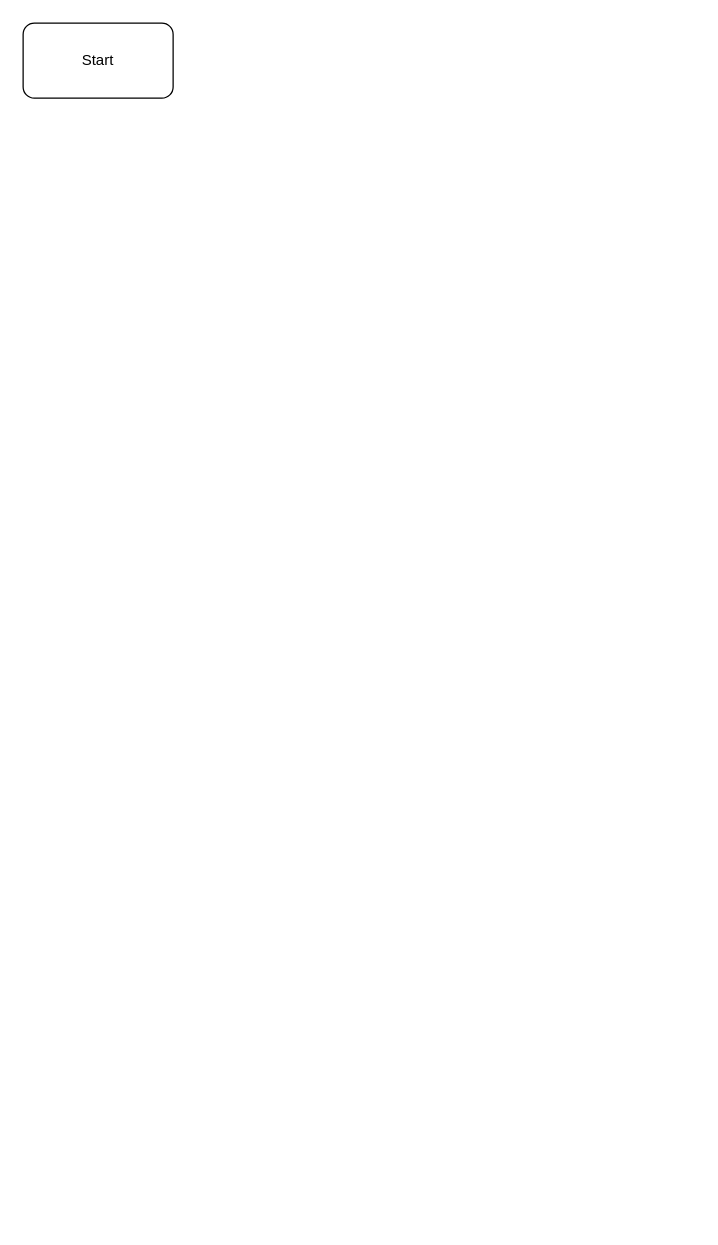
This is Untitled Diagram.drawio from BramUt/Filterding, a draw.io file, before an edit. Source tidied: cells renumbered, new cells numbered last; positions are measured from the earlier drawing's top-left corner, leaving out a move shared by most shapes. Both pictures are drawn from the tidied source at 125%, with x=0, y=0 at pixel (22, 22).
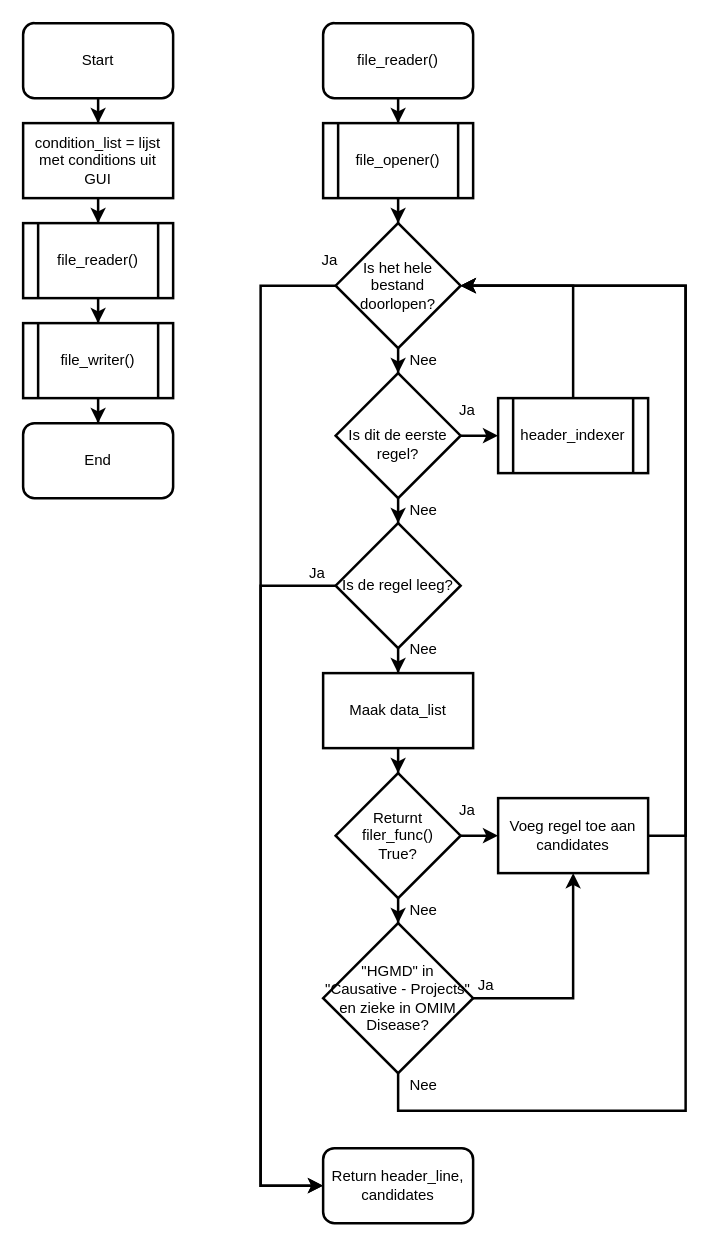
After the change.

The edit, as a diff of the source:
```diff
@@
+    <mxCell id="3" style="edgeStyle=orthogonalEdgeStyle;rounded=0;jettySize=auto;html=1;strokeWidth=2;" parent="1" edge="1" source="2" target="5">
+      <mxGeometry relative="1" as="geometry" />
+    </mxCell>
-    <mxCell id="2" value="Start" style="rounded=1;whiteSpace=wrap;html=1;" parent="1" vertex="1">
+    <mxCell id="2" value="Start" style="rounded=1;whiteSpace=wrap;html=1;strokeWidth=2;" parent="1" vertex="1">
       <mxGeometry width="120" height="60" as="geometry" />
     </mxCell>
+    <mxCell id="4" style="edgeStyle=orthogonalEdgeStyle;rounded=0;jettySize=auto;html=1;strokeWidth=2;" parent="1" edge="1" source="5" target="7">
+      <mxGeometry relative="1" as="geometry" />
+    </mxCell>
+    <mxCell id="5" value="condition_list = lijst met conditions uit GUI" style="rounded=0;whiteSpace=wrap;html=1;strokeWidth=2;" parent="1" vertex="1">
+      <mxGeometry y="80" width="120" height="60" as="geometry" />
+    </mxCell>
+    <mxCell id="6" style="edgeStyle=orthogonalEdgeStyle;rounded=0;jettySize=auto;html=1;entryX=0.5;entryY=0;entryDx=0;entryDy=0;strokeWidth=2;" parent="1" edge="1" source="7" target="9">
+      <mxGeometry relative="1" as="geometry" />
+    </mxCell>
+    <mxCell id="7" value="file_reader()" style="shape=process;whiteSpace=wrap;html=1;backgroundOutline=1;strokeWidth=2;" parent="1" vertex="1">
+      <mxGeometry y="160" width="120" height="60" as="geometry" />
+    </mxCell>
+    <mxCell id="8" style="edgeStyle=orthogonalEdgeStyle;rounded=0;jettySize=auto;html=1;strokeWidth=2;" parent="1" edge="1" source="9" target="10">
+      <mxGeometry relative="1" as="geometry" />
+    </mxCell>
+    <mxCell id="9" value="file_writer()" style="shape=process;whiteSpace=wrap;html=1;backgroundOutline=1;strokeWidth=2;" parent="1" vertex="1">
+      <mxGeometry y="240" width="120" height="60" as="geometry" />
+    </mxCell>
+    <mxCell id="10" value="End" style="rounded=1;whiteSpace=wrap;html=1;strokeWidth=2;" parent="1" vertex="1">
+      <mxGeometry y="320" width="120" height="60" as="geometry" />
+    </mxCell>
+    <mxCell id="11" style="edgeStyle=orthogonalEdgeStyle;rounded=0;jettySize=auto;html=1;strokeWidth=2;" parent="1" edge="1" source="12" target="14">
+      <mxGeometry relative="1" as="geometry" />
+    </mxCell>
+    <mxCell id="12" value="file_reader()" style="rounded=1;whiteSpace=wrap;html=1;strokeWidth=2;" parent="1" vertex="1">
+      <mxGeometry x="240" width="120" height="60" as="geometry" />
+    </mxCell>
+    <mxCell id="13" style="edgeStyle=orthogonalEdgeStyle;rounded=0;jettySize=auto;html=1;strokeWidth=2;" parent="1" edge="1" source="14" target="17">
+      <mxGeometry relative="1" as="geometry" />
+    </mxCell>
+    <mxCell id="14" value="file_opener()" style="shape=process;whiteSpace=wrap;html=1;backgroundOutline=1;strokeWidth=2;" parent="1" vertex="1">
+      <mxGeometry x="240" y="80" width="120" height="60" as="geometry" />
+    </mxCell>
+    <mxCell id="15" style="edgeStyle=orthogonalEdgeStyle;rounded=0;jettySize=auto;html=1;entryX=0.5;entryY=0;entryDx=0;entryDy=0;strokeWidth=2;" parent="1" edge="1" source="17" target="28">
+      <mxGeometry relative="1" as="geometry" />
+    </mxCell>
+    <mxCell id="16" style="edgeStyle=orthogonalEdgeStyle;rounded=0;jettySize=auto;html=1;entryX=0;entryY=0.5;entryDx=0;entryDy=0;strokeWidth=2;" parent="1" edge="1" source="17" target="29">
+      <mxGeometry relative="1" as="geometry">
+        <Array as="points">
+          <mxPoint x="190" y="210" />
+          <mxPoint x="190" y="930" />
+        </Array>
+      </mxGeometry>
+    </mxCell>
+    <mxCell id="17" value="Is het hele bestand doorlopen?" style="rhombus;whiteSpace=wrap;html=1;strokeWidth=2;" parent="1" vertex="1">
+      <mxGeometry x="250" y="160" width="100" height="100" as="geometry" />
+    </mxCell>
+    <mxCell id="18" style="edgeStyle=orthogonalEdgeStyle;rounded=0;jettySize=auto;html=1;entryX=0;entryY=0.5;entryDx=0;entryDy=0;strokeWidth=2;" parent="1" edge="1" source="20" target="29">
+      <mxGeometry relative="1" as="geometry">
+        <Array as="points">
+          <mxPoint x="190" y="450" />
+          <mxPoint x="190" y="930" />
+        </Array>
+      </mxGeometry>
+    </mxCell>
+    <mxCell id="19" style="edgeStyle=orthogonalEdgeStyle;rounded=0;jettySize=auto;html=1;strokeWidth=2;" parent="1" edge="1" source="20" target="31">
+      <mxGeometry relative="1" as="geometry" />
+    </mxCell>
+    <mxCell id="20" value="Is de regel leeg?" style="rhombus;whiteSpace=wrap;html=1;strokeWidth=2;" parent="1" vertex="1">
+      <mxGeometry x="250" y="400" width="100" height="100" as="geometry" />
+    </mxCell>
+    <mxCell id="21" value="Nee" style="text;html=1;align=center;verticalAlign=middle;strokeWidth=2;" parent="1" vertex="1">
+      <mxGeometry x="300" y="260" width="40" height="20" as="geometry" />
+    </mxCell>
+    <mxCell id="22" style="edgeStyle=orthogonalEdgeStyle;rounded=0;jettySize=auto;html=1;entryX=1;entryY=0.5;entryDx=0;entryDy=0;strokeWidth=2;" parent="1" edge="1" source="23" target="17">
+      <mxGeometry relative="1" as="geometry">
+        <Array as="points">
+          <mxPoint x="440" y="210" />
+        </Array>
+      </mxGeometry>
+    </mxCell>
+    <mxCell id="23" value="header_indexer" style="shape=process;whiteSpace=wrap;html=1;backgroundOutline=1;strokeWidth=2;" parent="1" vertex="1">
+      <mxGeometry x="380" y="300" width="120" height="60" as="geometry" />
+    </mxCell>
+    <mxCell id="24" value="Ja" style="text;html=1;align=center;verticalAlign=middle;strokeWidth=2;" parent="1" vertex="1">
+      <mxGeometry x="340" y="300" width="30" height="20" as="geometry" />
+    </mxCell>
+    <mxCell id="25" value="Nee" style="text;html=1;align=center;verticalAlign=middle;strokeWidth=2;" parent="1" vertex="1">
+      <mxGeometry x="300" y="380" width="40" height="20" as="geometry" />
+    </mxCell>
+    <mxCell id="26" style="edgeStyle=orthogonalEdgeStyle;rounded=0;jettySize=auto;html=1;entryX=0;entryY=0.5;entryDx=0;entryDy=0;strokeWidth=2;" parent="1" edge="1" source="28" target="23">
+      <mxGeometry relative="1" as="geometry" />
+    </mxCell>
+    <mxCell id="27" style="edgeStyle=orthogonalEdgeStyle;rounded=0;jettySize=auto;html=1;strokeWidth=2;" parent="1" edge="1" source="28" target="20">
+      <mxGeometry relative="1" as="geometry" />
+    </mxCell>
+    <mxCell id="28" value="&lt;div&gt;&lt;br&gt;&lt;/div&gt;&lt;div&gt;Is dit de eerste regel?&lt;/div&gt;" style="rhombus;whiteSpace=wrap;html=1;strokeWidth=2;" parent="1" vertex="1">
+      <mxGeometry x="250" y="280" width="100" height="100" as="geometry" />
+    </mxCell>
+    <mxCell id="29" value="Return header_line, candidates" style="rounded=1;whiteSpace=wrap;html=1;strokeWidth=2;" parent="1" vertex="1">
+      <mxGeometry x="240" y="900" width="120" height="60" as="geometry" />
+    </mxCell>
+    <mxCell id="30" style="edgeStyle=orthogonalEdgeStyle;rounded=0;jettySize=auto;html=1;strokeWidth=2;" parent="1" edge="1" source="31" target="34">
+      <mxGeometry relative="1" as="geometry" />
+    </mxCell>
+    <mxCell id="31" value="Maak data_list" style="rounded=0;whiteSpace=wrap;html=1;strokeWidth=2;" parent="1" vertex="1">
+      <mxGeometry x="240" y="520" width="120" height="60" as="geometry" />
+    </mxCell>
+    <mxCell id="32" style="edgeStyle=orthogonalEdgeStyle;rounded=0;jettySize=auto;html=1;strokeWidth=2;" parent="1" edge="1" source="34" target="36">
+      <mxGeometry relative="1" as="geometry" />
+    </mxCell>
+    <mxCell id="33" style="edgeStyle=orthogonalEdgeStyle;rounded=0;jettySize=auto;html=1;entryX=0.5;entryY=0;entryDx=0;entryDy=0;strokeWidth=2;" parent="1" edge="1" source="34" target="42">
+      <mxGeometry relative="1" as="geometry" />
+    </mxCell>
+    <mxCell id="34" value="&lt;div&gt;Returnt filer_func() &lt;br&gt;&lt;/div&gt;&lt;div&gt;True?&lt;/div&gt;" style="rhombus;whiteSpace=wrap;html=1;strokeWidth=2;" parent="1" vertex="1">
+      <mxGeometry x="250" y="600" width="100" height="100" as="geometry" />
+    </mxCell>
+    <mxCell id="35" style="edgeStyle=orthogonalEdgeStyle;rounded=0;jettySize=auto;html=1;entryX=1;entryY=0.5;entryDx=0;entryDy=0;strokeWidth=2;" parent="1" edge="1" source="36" target="17">
+      <mxGeometry relative="1" as="geometry">
+        <Array as="points">
+          <mxPoint x="530" y="650" />
+          <mxPoint x="530" y="210" />
+        </Array>
+      </mxGeometry>
+    </mxCell>
+    <mxCell id="36" value="Voeg regel toe aan candidates" style="rounded=0;whiteSpace=wrap;html=1;strokeWidth=2;" parent="1" vertex="1">
+      <mxGeometry x="380" y="620" width="120" height="60" as="geometry" />
+    </mxCell>
+    <mxCell id="37" value="Nee" style="text;html=1;align=center;verticalAlign=middle;strokeWidth=2;" parent="1" vertex="1">
+      <mxGeometry x="300" y="491" width="40" height="20" as="geometry" />
+    </mxCell>
+    <mxCell id="38" value="Ja" style="text;html=1;align=center;verticalAlign=middle;strokeWidth=2;" parent="1" vertex="1">
+      <mxGeometry x="220" y="430" width="30" height="20" as="geometry" />
+    </mxCell>
+    <mxCell id="39" value="Ja" style="text;html=1;align=center;verticalAlign=middle;strokeWidth=2;" parent="1" vertex="1">
+      <mxGeometry x="340" y="620" width="30" height="20" as="geometry" />
+    </mxCell>
+    <mxCell id="40" style="edgeStyle=orthogonalEdgeStyle;rounded=0;jettySize=auto;html=1;entryX=0.5;entryY=1;entryDx=0;entryDy=0;strokeWidth=2;" parent="1" edge="1" source="42" target="36">
+      <mxGeometry relative="1" as="geometry" />
+    </mxCell>
+    <mxCell id="41" style="edgeStyle=orthogonalEdgeStyle;rounded=0;jettySize=auto;html=1;entryX=1;entryY=0.5;entryDx=0;entryDy=0;strokeWidth=2;" parent="1" edge="1" source="42" target="17">
+      <mxGeometry relative="1" as="geometry">
+        <Array as="points">
+          <mxPoint x="300" y="870" />
+          <mxPoint x="530" y="870" />
+          <mxPoint x="530" y="210" />
+        </Array>
+      </mxGeometry>
+    </mxCell>
+    <mxCell id="42" value="&lt;div&gt;&quot;HGMD&quot; in&lt;br&gt;&lt;/div&gt;&lt;div&gt;&quot;Causative - Projects&quot; en zieke in OMIM &lt;br&gt;&lt;/div&gt;&lt;div&gt;Disease?&lt;/div&gt;" style="rhombus;whiteSpace=wrap;html=1;strokeWidth=2;" parent="1" vertex="1">
+      <mxGeometry x="240" y="720" width="120" height="120" as="geometry" />
+    </mxCell>
+    <mxCell id="43" value="Ja" style="text;html=1;align=center;verticalAlign=middle;strokeWidth=2;" parent="1" vertex="1">
+      <mxGeometry x="355" y="760" width="30" height="20" as="geometry" />
+    </mxCell>
+    <mxCell id="44" value="Nee" style="text;html=1;align=center;verticalAlign=middle;strokeWidth=2;" parent="1" vertex="1">
+      <mxGeometry x="300" y="700" width="40" height="20" as="geometry" />
+    </mxCell>
+    <mxCell id="45" value="Nee" style="text;html=1;align=center;verticalAlign=middle;strokeWidth=2;" parent="1" vertex="1">
+      <mxGeometry x="300" y="840" width="40" height="20" as="geometry" />
+    </mxCell>
+    <mxCell id="46" value="Ja" style="text;html=1;align=center;verticalAlign=middle;strokeWidth=2;" parent="1" vertex="1">
+      <mxGeometry x="230" y="180" width="30" height="20" as="geometry" />
+    </mxCell>
```
